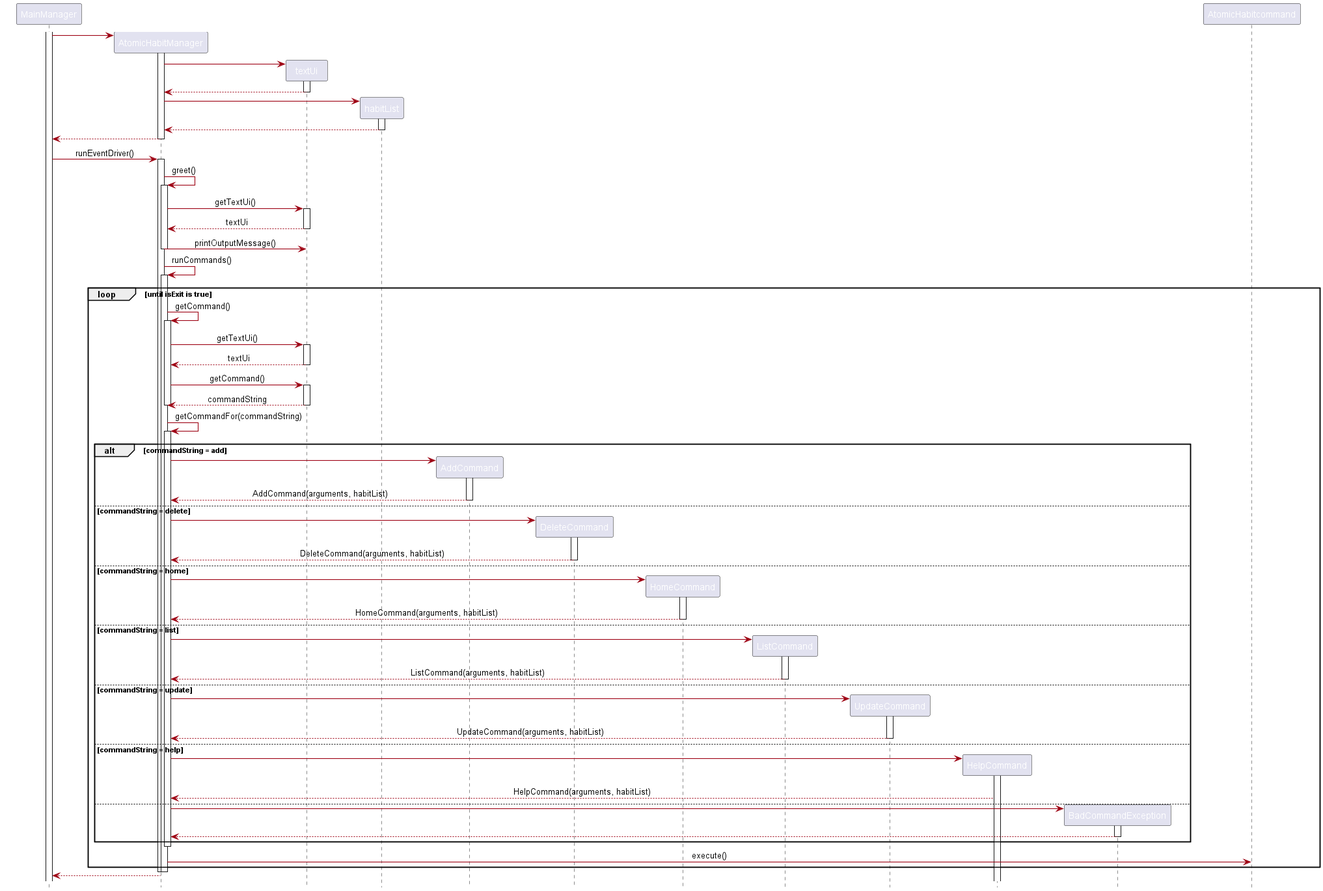
The PlantUML diagram docs/diagrams/AtomicHabitSequenceDiagram.png in wenxin-c/tp, before a commit.
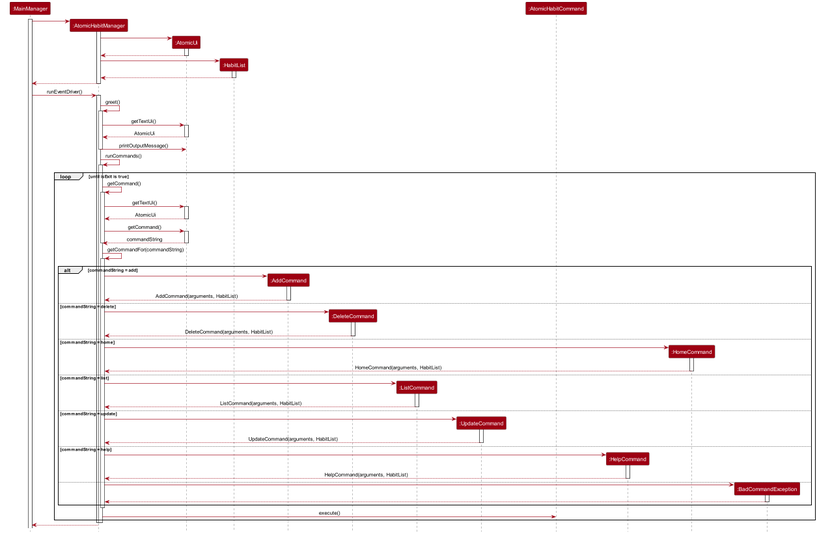
After the change.

Commit message:
Generate updated png file for atomichabit sequence

Diff of the diagram source:
```diff
@@ -5,23 +5,36 @@
 skinparam classBackgroundColor MODEL_COLOR
 hide footbox
 
+participant ":MainManager" as MainManager MODEL_COLOR
+participant ":AtomicHabitManager" as AtomicHabitManager MODEL_COLOR
+participant ":AtomicUi" as AtomicUi MODEL_COLOR
+participant ":HabitList" as HabitList MODEL_COLOR
+participant ":AddCommand" as AddCommand MODEL_COLOR
+participant ":DeleteCommand" as DeleteCommand MODEL_COLOR
+participant ":ListCommand" as ListCommand MODEL_COLOR
+participant ":UpdateCommand" as UpdateCommand MODEL_COLOR
+participant ":AtomicHabitCommand" as AtomicHabitCommand MODEL_COLOR
+participant ":HelpCommand" as HelpCommand MODEL_COLOR
+participant ":HomeCommand" as HomeCommand MODEL_COLOR
+participant ":BadCommandException" as BadCommandException MODEL_COLOR
+
 activate MainManager
 
 create AtomicHabitManager
 MainManager -> AtomicHabitManager
 activate AtomicHabitManager
 
-create textUi
-AtomicHabitManager -> textUi
-activate textUi
-textUi --> AtomicHabitManager
-deactivate textUi
+create AtomicUi
+AtomicHabitManager -> AtomicUi
+activate AtomicUi
+AtomicUi --> AtomicHabitManager
+deactivate AtomicUi
 
-create habitList
-AtomicHabitManager -> habitList
-activate habitList
-habitList --> AtomicHabitManager
-deactivate habitList
+create HabitList
+AtomicHabitManager -> HabitList
+activate HabitList
+HabitList --> AtomicHabitManager
+deactivate HabitList
 
 AtomicHabitManager --> MainManager
 deactivate AtomicHabitManager
@@ -31,11 +44,11 @@
 
 AtomicHabitManager -> AtomicHabitManager : greet()
 activate AtomicHabitManager
-AtomicHabitManager -> textUi : getTextUi()
-activate textUi
-textUi --> AtomicHabitManager : textUi
-deactivate textUi
-AtomicHabitManager -> textUi : printOutputMessage()
+AtomicHabitManager -> AtomicUi : getTextUi()
+activate AtomicUi
+AtomicUi --> AtomicHabitManager : AtomicUi
+deactivate AtomicUi
+AtomicHabitManager -> AtomicUi : printOutputMessage()
 deactivate AtomicHabitManager
 
 AtomicHabitManager -> AtomicHabitManager : runCommands()
@@ -44,14 +57,14 @@
     loop until isExit is true
         AtomicHabitManager -> AtomicHabitManager : getCommand()
         activate AtomicHabitManager
-        AtomicHabitManager -> textUi : getTextUi()
-        activate textUi
-        textUi --> AtomicHabitManager : textUi
-        deactivate textUi
-        AtomicHabitManager -> textUi : getCommand()
-        activate textUi
-        textUi --> AtomicHabitManager : commandString
-        deactivate textUi
+        AtomicHabitManager -> AtomicUi : getTextUi()
+        activate AtomicUi
+        AtomicUi --> AtomicHabitManager : AtomicUi
+        deactivate AtomicUi
+        AtomicHabitManager -> AtomicUi : getCommand()
+        activate AtomicUi
+        AtomicUi --> AtomicHabitManager : commandString
+        deactivate AtomicUi
         deactivate AtomicHabitManager
 
         AtomicHabitManager -> AtomicHabitManager : getCommandFor(commandString)
@@ -60,38 +73,38 @@
                 create AddCommand
                 AtomicHabitManager -> AddCommand
                 activate AddCommand
-                AddCommand --> AtomicHabitManager : AddCommand(arguments, habitList)
+                AddCommand --> AtomicHabitManager : AddCommand(arguments, HabitList)
                 deactivate AddCommand
             else commandString = delete
                 create DeleteCommand
                 AtomicHabitManager -> DeleteCommand
                 activate DeleteCommand
-                DeleteCommand --> AtomicHabitManager : DeleteCommand(arguments, habitList)
+                DeleteCommand --> AtomicHabitManager : DeleteCommand(arguments, HabitList)
                 deactivate DeleteCommand
             else commandString = home
                 create HomeCommand
                 AtomicHabitManager -> HomeCommand
                 activate HomeCommand
-                HomeCommand --> AtomicHabitManager : HomeCommand(arguments, habitList)
+                HomeCommand --> AtomicHabitManager : HomeCommand(arguments, HabitList)
                 deactivate HomeCommand
             else commandString = list
                 create ListCommand
                 AtomicHabitManager -> ListCommand
                 activate ListCommand
-                ListCommand --> AtomicHabitManager : ListCommand(arguments, habitList)
+                ListCommand --> AtomicHabitManager : ListCommand(arguments, HabitList)
                 deactivate ListCommand
             else commandString = update
                 create UpdateCommand
                 AtomicHabitManager -> UpdateCommand
                 activate UpdateCommand
-                UpdateCommand --> AtomicHabitManager : UpdateCommand(arguments, habitList)
+                UpdateCommand --> AtomicHabitManager : UpdateCommand(arguments, HabitList)
                 deactivate UpdateCommand
             else commandString = help
                 create HelpCommand
                 AtomicHabitManager -> HelpCommand
                 activate HelpCommand
-                HelpCommand --> AtomicHabitManager : HelpCommand(arguments, habitList)
-                deactivate UpdateCommand
+                HelpCommand --> AtomicHabitManager : HelpCommand(arguments, HabitList)
+                deactivate HelpCommand
             else
                 create BadCommandException
                 AtomicHabitManager -> BadCommandException
@@ -100,7 +113,7 @@
                 deactivate BadCommandException
             end
         deactivate AtomicHabitManager
-        AtomicHabitManager -> AtomicHabitcommand : execute()
+        AtomicHabitManager -> AtomicHabitCommand : execute()
     end
 deactivate AtomicHabitManager
 
```
